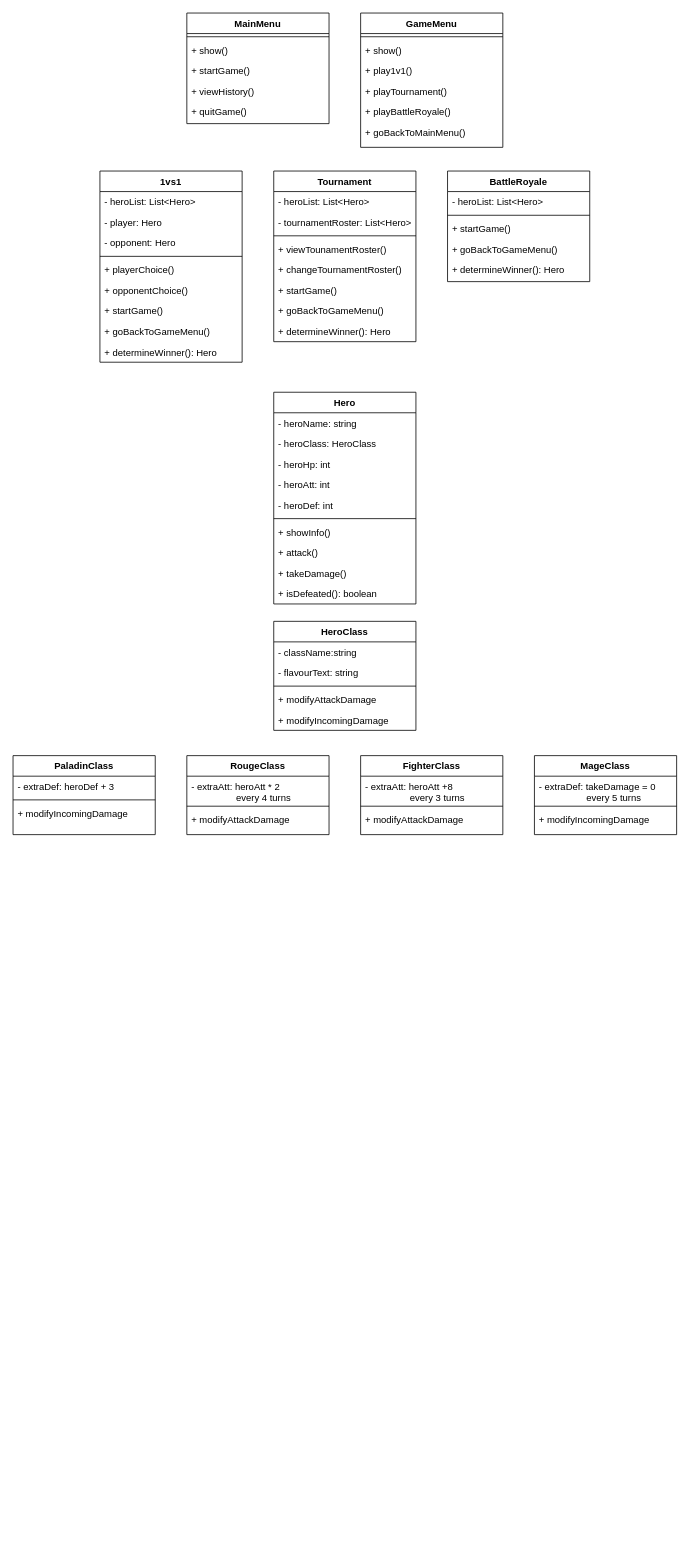
This is ClassDiagram.drawio from o0JustMe0o/Grundlagen-Programmierung-Teil-III, a draw.io file, before an edit. Source tidied: cells renumbered, new cells numbered last; positions are measured from the earlier drawing's top-left corner, leaving out a move shared by most shapes. Both pictures are drawn from the tidied source at 79%, with x=0, y=0 at pixel (13, 13).
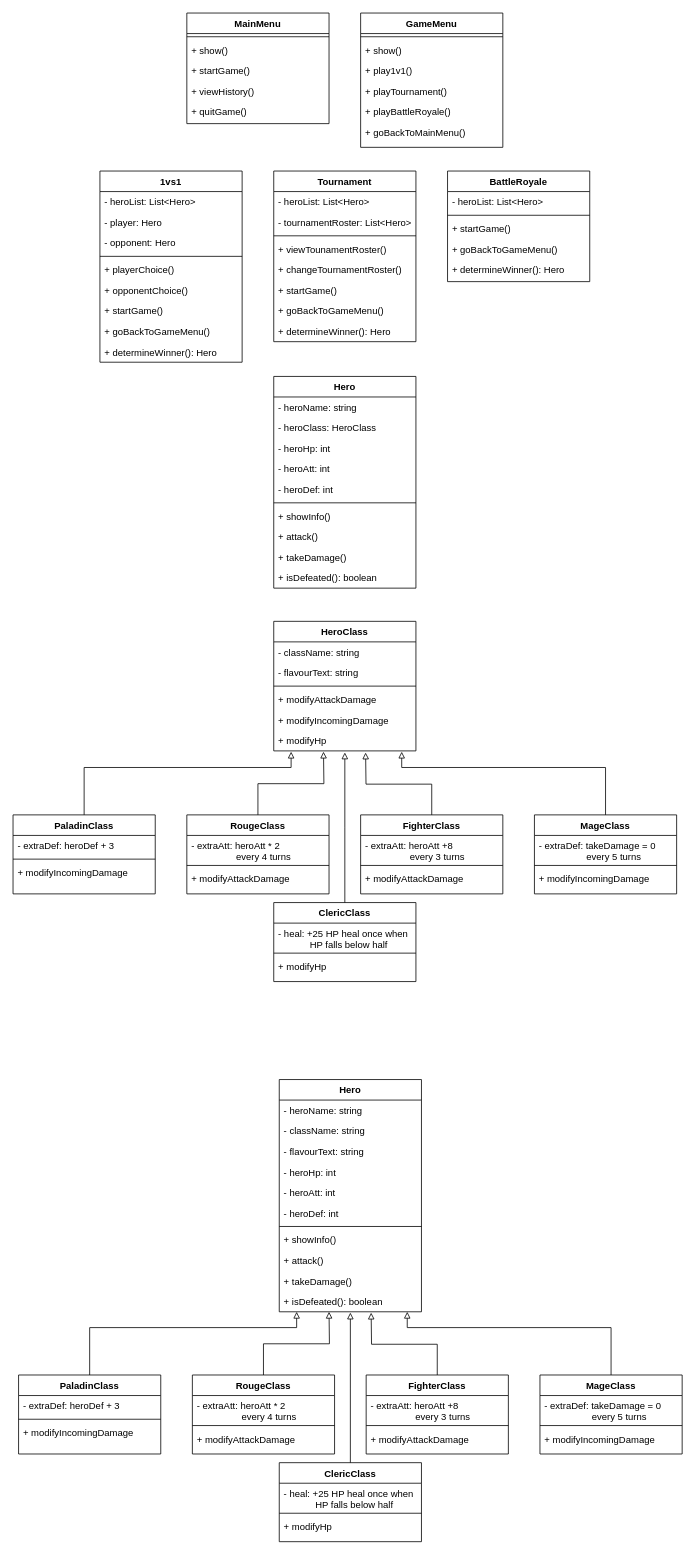
The same page after the edit.

Change to the diagram source:
```diff
@@
     <mxCell id="2" value="Hero" style="swimlane;fontStyle=1;align=center;verticalAlign=top;horizontal=1;startSize=26;rounded=0;shadow=0;strokeWidth=1;" parent="1" vertex="1">
-      <mxGeometry x="330" y="480" width="180" height="268" as="geometry" />
+      <mxGeometry x="330" y="460" width="180" height="268" as="geometry" />
     </mxCell>
@@
     <mxCell id="13" value="HeroClass" style="swimlane;fontStyle=1;align=center;verticalAlign=top;horizontal=1;startSize=26;rounded=0;shadow=0;strokeWidth=1;" parent="1" vertex="1">
-      <mxGeometry x="330" y="770" width="180" height="138" as="geometry" />
+      <mxGeometry x="330" y="770" width="180" height="164" as="geometry" />
     </mxCell>
-    <mxCell id="14" value="- className:string" style="text;align=left;verticalAlign=top;spacingLeft=4;spacingRight=4;overflow=hidden;" parent="13" vertex="1">
+    <mxCell id="14" value="- className: string" style="text;align=left;verticalAlign=top;spacingLeft=4;spacingRight=4;overflow=hidden;" parent="13" vertex="1">
       <mxGeometry y="26" width="180" height="26" as="geometry" />
     </mxCell>
@@
+    <mxCell id="73" value="+ modifyHp" style="text;align=left;verticalAlign=top;spacingLeft=4;spacingRight=4;overflow=hidden;" parent="13" vertex="1">
+      <mxGeometry y="138" width="180" height="26" as="geometry" />
+    </mxCell>
@@
+    <mxCell id="74" style="edgeStyle=orthogonalEdgeStyle;rounded=0;jettySize=auto;html=1;endArrow=block;startFill=0;endFill=0;" parent="1" edge="1" source="57">
+      <mxGeometry relative="1" as="geometry">
+        <mxPoint x="352" y="935" as="targetPoint" />
+        <Array as="points">
+          <mxPoint x="90" y="955" />
+          <mxPoint x="352" y="955" />
+        </Array>
+      </mxGeometry>
+    </mxCell>
     <mxCell id="57" value="PaladinClass" style="swimlane;fontStyle=1;align=center;verticalAlign=top;horizontal=1;startSize=26;rounded=0;shadow=0;strokeWidth=1;" parent="1" vertex="1">
-      <mxGeometry y="940" width="180" height="100" as="geometry" />
+      <mxGeometry y="1015" width="180" height="100" as="geometry" />
     </mxCell>
@@
+    <mxCell id="75" style="edgeStyle=orthogonalEdgeStyle;rounded=0;jettySize=auto;html=1;endArrow=block;startFill=0;endFill=0;" parent="1" edge="1" source="61">
+      <mxGeometry relative="1" as="geometry">
+        <mxPoint x="393" y="935" as="targetPoint" />
+      </mxGeometry>
+    </mxCell>
     <mxCell id="61" value="RougeClass" style="swimlane;fontStyle=1;align=center;verticalAlign=top;horizontal=1;startSize=26;rounded=0;shadow=0;strokeWidth=1;" parent="1" vertex="1">
-      <mxGeometry x="220" y="940" width="180" height="100" as="geometry" />
+      <mxGeometry x="220" y="1015" width="180" height="100" as="geometry" />
     </mxCell>
@@
+    <mxCell id="76" style="edgeStyle=orthogonalEdgeStyle;rounded=0;jettySize=auto;html=1;endArrow=block;startFill=0;endFill=0;" parent="1" edge="1" source="65">
+      <mxGeometry relative="1" as="geometry">
+        <mxPoint x="446.3" y="936.1" as="targetPoint" />
+      </mxGeometry>
+    </mxCell>
     <mxCell id="65" value="FighterClass" style="swimlane;fontStyle=1;align=center;verticalAlign=top;horizontal=1;startSize=26;rounded=0;shadow=0;strokeWidth=1;" parent="1" vertex="1">
-      <mxGeometry x="440" y="940" width="180" height="100" as="geometry" />
+      <mxGeometry x="440" y="1015" width="180" height="100" as="geometry" />
     </mxCell>
@@
+    <mxCell id="77" style="edgeStyle=orthogonalEdgeStyle;rounded=0;jettySize=auto;html=1;endArrow=block;startFill=0;endFill=0;" parent="1" edge="1" source="69">
+      <mxGeometry relative="1" as="geometry">
+        <mxPoint x="492" y="935" as="targetPoint" />
+        <Array as="points">
+          <mxPoint x="750" y="955" />
+          <mxPoint x="492" y="955" />
+          <mxPoint x="492" y="935" />
+        </Array>
+      </mxGeometry>
+    </mxCell>
     <mxCell id="69" value="MageClass" style="swimlane;fontStyle=1;align=center;verticalAlign=top;horizontal=1;startSize=26;rounded=0;shadow=0;strokeWidth=1;" parent="1" vertex="1">
-      <mxGeometry x="660" y="940" width="180" height="100" as="geometry" />
+      <mxGeometry x="660" y="1015" width="180" height="100" as="geometry" />
     </mxCell>
@@
+    <mxCell id="78" value="ClericClass" style="swimlane;fontStyle=1;align=center;verticalAlign=top;horizontal=1;startSize=26;rounded=0;shadow=0;strokeWidth=1;" parent="1" vertex="1">
+      <mxGeometry x="330" y="1126" width="180" height="100" as="geometry" />
+    </mxCell>
+    <mxCell id="79" value="- heal: +25 HP heal once when &#10;            HP falls below half" style="text;align=left;verticalAlign=top;spacingLeft=4;spacingRight=4;overflow=hidden;" parent="78" vertex="1">
+      <mxGeometry y="26" width="180" height="34" as="geometry" />
+    </mxCell>
+    <mxCell id="80" style="line;html=1;strokeWidth=1;align=left;verticalAlign=middle;spacingTop=-1;spacingLeft=3;spacingRight=3;labelPosition=right;" parent="78" vertex="1">
+      <mxGeometry y="60" width="180" height="8" as="geometry" />
+    </mxCell>
+    <mxCell id="81" value="+ modifyHp" style="text;align=left;verticalAlign=top;spacingLeft=4;spacingRight=4;overflow=hidden;" parent="78" vertex="1">
+      <mxGeometry y="68" width="180" height="26" as="geometry" />
+    </mxCell>
+    <mxCell id="82" style="edgeStyle=orthogonalEdgeStyle;rounded=0;jettySize=auto;html=1;endArrow=block;endFill=0;" parent="1" edge="1" source="78">
+      <mxGeometry relative="1" as="geometry">
+        <mxPoint x="420" y="936" as="targetPoint" />
+      </mxGeometry>
+    </mxCell>
+    <mxCell id="83" value="Hero" style="swimlane;fontStyle=1;align=center;verticalAlign=top;horizontal=1;startSize=26;rounded=0;shadow=0;strokeWidth=1;" parent="1" vertex="1">
+      <mxGeometry x="337" y="1350" width="180" height="294" as="geometry" />
+    </mxCell>
+    <mxCell id="84" value="- heroName: string" style="text;align=left;verticalAlign=top;spacingLeft=4;spacingRight=4;overflow=hidden;" parent="83" vertex="1">
+      <mxGeometry y="26" width="180" height="26" as="geometry" />
+    </mxCell>
+    <mxCell id="85" value="- className: string" style="text;align=left;verticalAlign=top;spacingLeft=4;spacingRight=4;overflow=hidden;rounded=0;shadow=0;html=0;" parent="83" vertex="1">
+      <mxGeometry y="52" width="180" height="26" as="geometry" />
+    </mxCell>
+    <mxCell id="86" value="- flavourText: string" style="text;align=left;verticalAlign=top;spacingLeft=4;spacingRight=4;overflow=hidden;rounded=0;shadow=0;html=0;" parent="83" vertex="1">
+      <mxGeometry y="78" width="180" height="26" as="geometry" />
+    </mxCell>
+    <mxCell id="87" value="- heroHp: int" style="text;align=left;verticalAlign=top;spacingLeft=4;spacingRight=4;overflow=hidden;rounded=0;shadow=0;html=0;" parent="83" vertex="1">
+      <mxGeometry y="104" width="180" height="26" as="geometry" />
+    </mxCell>
+    <mxCell id="88" value="- heroAtt: int" style="text;align=left;verticalAlign=top;spacingLeft=4;spacingRight=4;overflow=hidden;rounded=0;shadow=0;html=0;" parent="83" vertex="1">
+      <mxGeometry y="130" width="180" height="26" as="geometry" />
+    </mxCell>
+    <mxCell id="89" value="- heroDef: int" style="text;align=left;verticalAlign=top;spacingLeft=4;spacingRight=4;overflow=hidden;rounded=0;shadow=0;html=0;" parent="83" vertex="1">
+      <mxGeometry y="156" width="180" height="26" as="geometry" />
+    </mxCell>
+    <mxCell id="90" style="line;html=1;strokeWidth=1;align=left;verticalAlign=middle;spacingTop=-1;spacingLeft=3;spacingRight=3;labelPosition=right;" parent="83" vertex="1">
+      <mxGeometry y="182" width="180" height="8" as="geometry" />
+    </mxCell>
+    <mxCell id="91" value="+ showInfo()" style="text;align=left;verticalAlign=top;spacingLeft=4;spacingRight=4;overflow=hidden;" parent="83" vertex="1">
+      <mxGeometry y="190" width="180" height="26" as="geometry" />
+    </mxCell>
+    <mxCell id="92" value="+ attack()" style="text;align=left;verticalAlign=top;spacingLeft=4;spacingRight=4;overflow=hidden;" parent="83" vertex="1">
+      <mxGeometry y="216" width="180" height="26" as="geometry" />
+    </mxCell>
+    <mxCell id="93" value="+ takeDamage()" style="text;align=left;verticalAlign=top;spacingLeft=4;spacingRight=4;overflow=hidden;" parent="83" vertex="1">
+      <mxGeometry y="242" width="180" height="26" as="geometry" />
+    </mxCell>
+    <mxCell id="94" value="+ isDefeated(): boolean" style="text;align=left;verticalAlign=top;spacingLeft=4;spacingRight=4;overflow=hidden;" parent="83" vertex="1">
+      <mxGeometry y="268" width="180" height="26" as="geometry" />
+    </mxCell>
+    <mxCell id="95" style="edgeStyle=orthogonalEdgeStyle;rounded=0;jettySize=auto;html=1;endArrow=block;startFill=0;endFill=0;" parent="1" edge="1" source="96">
+      <mxGeometry relative="1" as="geometry">
+        <mxPoint x="359" y="1644" as="targetPoint" />
+        <Array as="points">
+          <mxPoint x="97" y="1664" />
+          <mxPoint x="359" y="1664" />
+        </Array>
+      </mxGeometry>
+    </mxCell>
+    <mxCell id="96" value="PaladinClass" style="swimlane;fontStyle=1;align=center;verticalAlign=top;horizontal=1;startSize=26;rounded=0;shadow=0;strokeWidth=1;" parent="1" vertex="1">
+      <mxGeometry x="7" y="1724" width="180" height="100" as="geometry" />
+    </mxCell>
+    <mxCell id="97" value="- extraDef: heroDef + 3" style="text;align=left;verticalAlign=top;spacingLeft=4;spacingRight=4;overflow=hidden;" parent="96" vertex="1">
+      <mxGeometry y="26" width="180" height="26" as="geometry" />
+    </mxCell>
+    <mxCell id="98" style="line;html=1;strokeWidth=1;align=left;verticalAlign=middle;spacingTop=-1;spacingLeft=3;spacingRight=3;labelPosition=right;" parent="96" vertex="1">
+      <mxGeometry y="52" width="180" height="8" as="geometry" />
+    </mxCell>
+    <mxCell id="99" value="+ modifyIncomingDamage" style="text;align=left;verticalAlign=top;spacingLeft=4;spacingRight=4;overflow=hidden;" parent="96" vertex="1">
+      <mxGeometry y="60" width="180" height="26" as="geometry" />
+    </mxCell>
+    <mxCell id="100" style="edgeStyle=orthogonalEdgeStyle;rounded=0;jettySize=auto;html=1;endArrow=block;startFill=0;endFill=0;" parent="1" edge="1" source="101">
+      <mxGeometry relative="1" as="geometry">
+        <mxPoint x="400" y="1644" as="targetPoint" />
+      </mxGeometry>
+    </mxCell>
+    <mxCell id="101" value="RougeClass" style="swimlane;fontStyle=1;align=center;verticalAlign=top;horizontal=1;startSize=26;rounded=0;shadow=0;strokeWidth=1;" parent="1" vertex="1">
+      <mxGeometry x="227" y="1724" width="180" height="100" as="geometry" />
+    </mxCell>
+    <mxCell id="102" value="- extraAtt: heroAtt * 2&#10;                 every 4 turns" style="text;align=left;verticalAlign=top;spacingLeft=4;spacingRight=4;overflow=hidden;" parent="101" vertex="1">
+      <mxGeometry y="26" width="180" height="34" as="geometry" />
+    </mxCell>
+    <mxCell id="103" style="line;html=1;strokeWidth=1;align=left;verticalAlign=middle;spacingTop=-1;spacingLeft=3;spacingRight=3;labelPosition=right;" parent="101" vertex="1">
+      <mxGeometry y="60" width="180" height="8" as="geometry" />
+    </mxCell>
+    <mxCell id="104" value="+ modifyAttackDamage" style="text;align=left;verticalAlign=top;spacingLeft=4;spacingRight=4;overflow=hidden;" parent="101" vertex="1">
+      <mxGeometry y="68" width="180" height="26" as="geometry" />
+    </mxCell>
+    <mxCell id="105" style="edgeStyle=orthogonalEdgeStyle;rounded=0;jettySize=auto;html=1;endArrow=block;startFill=0;endFill=0;" parent="1" edge="1" source="106">
+      <mxGeometry relative="1" as="geometry">
+        <mxPoint x="453.3" y="1645.1" as="targetPoint" />
+      </mxGeometry>
+    </mxCell>
+    <mxCell id="106" value="FighterClass" style="swimlane;fontStyle=1;align=center;verticalAlign=top;horizontal=1;startSize=26;rounded=0;shadow=0;strokeWidth=1;" parent="1" vertex="1">
+      <mxGeometry x="447" y="1724" width="180" height="100" as="geometry" />
+    </mxCell>
+    <mxCell id="107" value="- extraAtt: heroAtt +8 &#10;                 every 3 turns" style="text;align=left;verticalAlign=top;spacingLeft=4;spacingRight=4;overflow=hidden;" parent="106" vertex="1">
+      <mxGeometry y="26" width="180" height="34" as="geometry" />
+    </mxCell>
+    <mxCell id="108" style="line;html=1;strokeWidth=1;align=left;verticalAlign=middle;spacingTop=-1;spacingLeft=3;spacingRight=3;labelPosition=right;" parent="106" vertex="1">
+      <mxGeometry y="60" width="180" height="8" as="geometry" />
+    </mxCell>
+    <mxCell id="109" value="+ modifyAttackDamage" style="text;align=left;verticalAlign=top;spacingLeft=4;spacingRight=4;overflow=hidden;" parent="106" vertex="1">
+      <mxGeometry y="68" width="180" height="26" as="geometry" />
+    </mxCell>
+    <mxCell id="110" style="edgeStyle=orthogonalEdgeStyle;rounded=0;jettySize=auto;html=1;endArrow=block;startFill=0;endFill=0;" parent="1" edge="1" source="111">
+      <mxGeometry relative="1" as="geometry">
+        <mxPoint x="499" y="1644" as="targetPoint" />
+        <Array as="points">
+          <mxPoint x="757" y="1664" />
+          <mxPoint x="499" y="1664" />
+          <mxPoint x="499" y="1644" />
+        </Array>
+      </mxGeometry>
+    </mxCell>
+    <mxCell id="111" value="MageClass" style="swimlane;fontStyle=1;align=center;verticalAlign=top;horizontal=1;startSize=26;rounded=0;shadow=0;strokeWidth=1;" parent="1" vertex="1">
+      <mxGeometry x="667" y="1724" width="180" height="100" as="geometry" />
+    </mxCell>
+    <mxCell id="112" value="- extraDef: takeDamage = 0&#10;                  every 5 turns" style="text;align=left;verticalAlign=top;spacingLeft=4;spacingRight=4;overflow=hidden;" parent="111" vertex="1">
+      <mxGeometry y="26" width="180" height="34" as="geometry" />
+    </mxCell>
+    <mxCell id="113" style="line;html=1;strokeWidth=1;align=left;verticalAlign=middle;spacingTop=-1;spacingLeft=3;spacingRight=3;labelPosition=right;" parent="111" vertex="1">
+      <mxGeometry y="60" width="180" height="8" as="geometry" />
+    </mxCell>
+    <mxCell id="114" value="+ modifyIncomingDamage" style="text;align=left;verticalAlign=top;spacingLeft=4;spacingRight=4;overflow=hidden;" parent="111" vertex="1">
+      <mxGeometry y="68" width="180" height="26" as="geometry" />
+    </mxCell>
+    <mxCell id="115" value="ClericClass" style="swimlane;fontStyle=1;align=center;verticalAlign=top;horizontal=1;startSize=26;rounded=0;shadow=0;strokeWidth=1;" parent="1" vertex="1">
+      <mxGeometry x="337" y="1835" width="180" height="100" as="geometry" />
+    </mxCell>
+    <mxCell id="116" value="- heal: +25 HP heal once when &#10;            HP falls below half" style="text;align=left;verticalAlign=top;spacingLeft=4;spacingRight=4;overflow=hidden;" parent="115" vertex="1">
+      <mxGeometry y="26" width="180" height="34" as="geometry" />
+    </mxCell>
+    <mxCell id="117" style="line;html=1;strokeWidth=1;align=left;verticalAlign=middle;spacingTop=-1;spacingLeft=3;spacingRight=3;labelPosition=right;" parent="115" vertex="1">
+      <mxGeometry y="60" width="180" height="8" as="geometry" />
+    </mxCell>
+    <mxCell id="118" value="+ modifyHp" style="text;align=left;verticalAlign=top;spacingLeft=4;spacingRight=4;overflow=hidden;" parent="115" vertex="1">
+      <mxGeometry y="68" width="180" height="26" as="geometry" />
+    </mxCell>
+    <mxCell id="119" style="edgeStyle=orthogonalEdgeStyle;rounded=0;jettySize=auto;html=1;endArrow=block;endFill=0;" parent="1" edge="1" source="115">
+      <mxGeometry relative="1" as="geometry">
+        <mxPoint x="427" y="1645" as="targetPoint" />
+      </mxGeometry>
+    </mxCell>
```
